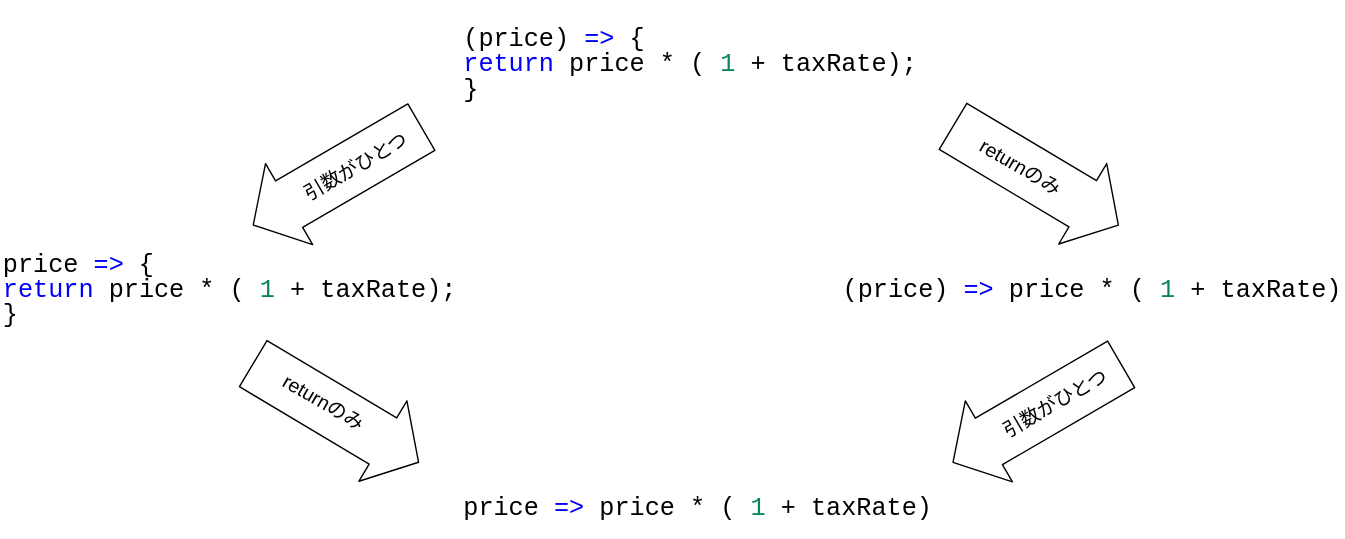
Before: docs/2-browser-apps/04-anonymous-function/arrow-function-abbreviation.drawio.svg, a diagram exported from draw.io (ut-code/utcode-learn). Source tidied: cells renumbered, new cells last; positions are measured from the earlier drawing's top-left corner, leaving out a move shared by most shapes.
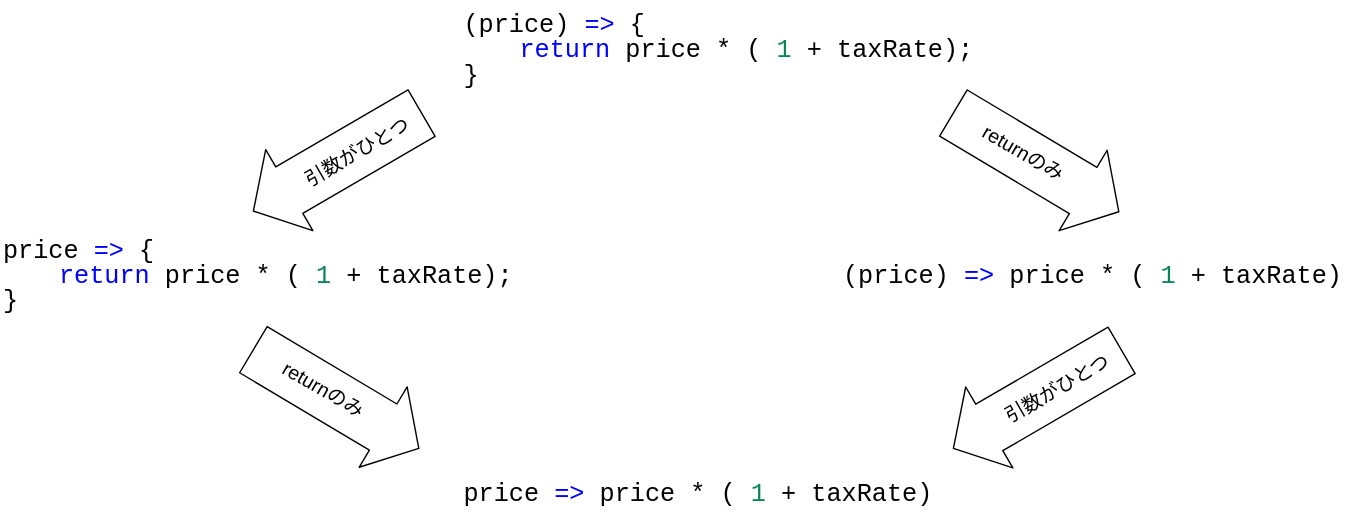
After the change.

The edit, as a diff of the source:
```diff
@@ -2,11 +2,11 @@
   <root>
     <mxCell id="0" />
     <mxCell id="1" parent="0" />
-    <mxCell id="2" value="&lt;div style=&quot;background-color: rgb(255, 255, 255); font-family: Menlo, Monaco, &amp;quot;Courier New&amp;quot;, monospace; line-height: 18px; font-size: 18px;&quot;&gt;&lt;div style=&quot;font-size: 18px;&quot;&gt;(price) &lt;span style=&quot;color: rgb(0, 0, 255); font-size: 18px;&quot;&gt;=&amp;gt;&lt;/span&gt; {&lt;/div&gt;&lt;div style=&quot;font-size: 18px;&quot;&gt;&lt;span style=&quot;color: rgb(0, 0, 255); font-size: 18px;&quot;&gt;&amp;nbsp; &amp;nbsp; return&lt;/span&gt; price * (&lt;span style=&quot;color: rgb(9, 134, 88); font-size: 18px;&quot;&gt;1&lt;/span&gt; + taxRate);&lt;/div&gt;&lt;div style=&quot;font-size: 18px;&quot;&gt;}&lt;/div&gt;&lt;/div&gt;" style="text;html=1;align=left;verticalAlign=middle;strokeColor=none;fillColor=none;fontSize=18;" parent="1" vertex="1">
-      <mxGeometry x="329" width="390" height="90" as="geometry" />
+    <mxCell id="2" value="&lt;div style=&quot;background-color: rgb(255, 255, 255); font-family: Menlo, Monaco, &amp;quot;Courier New&amp;quot;, monospace; line-height: 18px; font-size: 18px;&quot;&gt;&lt;div style=&quot;font-size: 18px;&quot;&gt;(price) &lt;span style=&quot;color: rgb(0, 0, 255); font-size: 18px;&quot;&gt;=&amp;gt;&lt;/span&gt; {&lt;/div&gt;&lt;/div&gt;&lt;blockquote style=&quot;margin: 0 0 0 40px; border: none; padding: 0px;&quot;&gt;&lt;div style=&quot;background-color: rgb(255, 255, 255); font-family: Menlo, Monaco, &amp;quot;Courier New&amp;quot;, monospace; line-height: 18px; font-size: 18px;&quot;&gt;&lt;div style=&quot;font-size: 18px;&quot;&gt;&lt;span style=&quot;color: rgb(0, 0, 255); font-size: 18px;&quot;&gt;return&lt;/span&gt; price * (&lt;span style=&quot;color: rgb(9, 134, 88); font-size: 18px;&quot;&gt;1&lt;/span&gt; + taxRate);&lt;/div&gt;&lt;/div&gt;&lt;/blockquote&gt;&lt;div style=&quot;background-color: rgb(255, 255, 255); font-family: Menlo, Monaco, &amp;quot;Courier New&amp;quot;, monospace; line-height: 18px; font-size: 18px;&quot;&gt;&lt;div style=&quot;font-size: 18px;&quot;&gt;}&lt;/div&gt;&lt;/div&gt;" style="text;html=1;align=left;verticalAlign=middle;strokeColor=none;fillColor=none;fontSize=18;" parent="1" vertex="1">
+      <mxGeometry x="329" y="10" width="380" height="70" as="geometry" />
     </mxCell>
-    <mxCell id="3" value="&lt;div style=&quot;background-color: rgb(255, 255, 255); font-family: Menlo, Monaco, &amp;quot;Courier New&amp;quot;, monospace; line-height: 18px; font-size: 18px;&quot;&gt;&lt;div style=&quot;font-size: 18px;&quot;&gt;price &lt;span style=&quot;color: rgb(0, 0, 255); font-size: 18px;&quot;&gt;=&amp;gt;&lt;/span&gt; {&lt;/div&gt;&lt;div style=&quot;font-size: 18px;&quot;&gt;&lt;span style=&quot;color: rgb(0, 0, 255); font-size: 18px;&quot;&gt;&amp;nbsp; &amp;nbsp; return&lt;/span&gt; price * (&lt;span style=&quot;color: rgb(9, 134, 88); font-size: 18px;&quot;&gt;1&lt;/span&gt; + taxRate);&lt;/div&gt;&lt;div style=&quot;font-size: 18px;&quot;&gt;}&lt;/div&gt;&lt;/div&gt;" style="text;html=1;align=left;verticalAlign=middle;strokeColor=none;fillColor=none;fontSize=18;" parent="1" vertex="1">
-      <mxGeometry y="160.5" width="390" height="90" as="geometry" />
+    <mxCell id="3" value="&lt;div style=&quot;background-color: rgb(255, 255, 255); font-family: Menlo, Monaco, &amp;quot;Courier New&amp;quot;, monospace; line-height: 18px; font-size: 18px;&quot;&gt;&lt;div style=&quot;font-size: 18px;&quot;&gt;price &lt;span style=&quot;color: rgb(0, 0, 255); font-size: 18px;&quot;&gt;=&amp;gt;&lt;/span&gt; {&lt;/div&gt;&lt;/div&gt;&lt;blockquote style=&quot;margin: 0 0 0 40px; border: none; padding: 0px;&quot;&gt;&lt;div style=&quot;background-color: rgb(255, 255, 255); font-family: Menlo, Monaco, &amp;quot;Courier New&amp;quot;, monospace; line-height: 18px; font-size: 18px;&quot;&gt;&lt;div style=&quot;font-size: 18px;&quot;&gt;&lt;span style=&quot;color: rgb(0, 0, 255); font-size: 18px;&quot;&gt;return&lt;/span&gt; price * (&lt;span style=&quot;color: rgb(9, 134, 88); font-size: 18px;&quot;&gt;1&lt;/span&gt; + taxRate);&lt;/div&gt;&lt;/div&gt;&lt;/blockquote&gt;&lt;div style=&quot;background-color: rgb(255, 255, 255); font-family: Menlo, Monaco, &amp;quot;Courier New&amp;quot;, monospace; line-height: 18px; font-size: 18px;&quot;&gt;&lt;div style=&quot;font-size: 18px;&quot;&gt;}&lt;/div&gt;&lt;/div&gt;" style="text;html=1;align=left;verticalAlign=middle;strokeColor=none;fillColor=none;fontSize=18;" parent="1" vertex="1">
+      <mxGeometry y="170.5" width="380" height="70" as="geometry" />
     </mxCell>
     <mxCell id="4" value="&lt;div style=&quot;background-color: rgb(255, 255, 255); font-family: Menlo, Monaco, &amp;quot;Courier New&amp;quot;, monospace; line-height: 18px; font-size: 18px;&quot;&gt;&lt;div style=&quot;line-height: 18px; font-size: 18px;&quot;&gt;(price) &lt;span style=&quot;color: rgb(0, 0, 255); font-size: 18px;&quot;&gt;=&amp;gt;&lt;/span&gt; price * (&lt;span style=&quot;color: rgb(9, 134, 88); font-size: 18px;&quot;&gt;1&lt;/span&gt; + taxRate)&lt;/div&gt;&lt;/div&gt;" style="text;html=1;align=left;verticalAlign=middle;strokeColor=none;fillColor=none;fontSize=18;" parent="1" vertex="1">
       <mxGeometry x="600" y="190.5" width="360" height="30" as="geometry" />
@@ -45,19 +45,14 @@
     <mxCell id="11" value="&lt;span style=&quot;font-size: 14px;&quot;&gt;returnのみ&lt;/span&gt;" style="edgeLabel;html=1;align=center;verticalAlign=middle;fontSize=18;rotation=30;" parent="1" vertex="1">
       <mxGeometry x="231" y="286" as="geometry" />
     </mxCell>
-    <mxCell id="12" style="shape=flexArrow;endArrow=classic;html=1;fontSize=18;endWidth=27.482993197278915;endSize=9.552;width=38.4;" parent="1" edge="1">
-      <mxGeometry relative="1" as="geometry">
-        <mxPoint x="680" y="89.5" as="sourcePoint" />
-        <mxPoint x="799" y="160.5" as="targetPoint" />
-      </mxGeometry>
-    </mxCell>
-    <mxCell id="13" value="&lt;span style=&quot;font-size: 14px;&quot;&gt;returnのみ&lt;/span&gt;" style="edgeLabel;html=1;align=center;verticalAlign=middle;fontSize=18;rotation=30;" parent="12" vertex="1">
-      <mxGeometry x="-0.18" y="3" relative="1" as="geometry">
-        <mxPoint x="-2" y="1" as="offset" />
-      </mxGeometry>
-    </mxCell>
-    <mxCell id="14" value="&lt;span style=&quot;font-size: 14px;&quot;&gt;returnのみ&lt;/span&gt;" style="edgeLabel;html=1;align=center;verticalAlign=middle;fontSize=18;rotation=30;" parent="1" vertex="1">
-      <mxGeometry x="729.2" y="118" as="geometry" />
-    </mxCell>
+    <mxCell id="15" style="shape=flexArrow;endArrow=classic;html=1;fontSize=18;endWidth=27.482993197278915;endSize=9.552;width=38.4;" parent="1" edge="1">
+      <mxGeometry relative="1" as="geometry">
+        <mxPoint x="680" y="90" as="sourcePoint" />
+        <mxPoint x="799" y="161" as="targetPoint" />
+      </mxGeometry>
+    </mxCell>
+    <mxCell id="16" value="&lt;span style=&quot;font-size: 14px;&quot;&gt;returnのみ&lt;/span&gt;" style="edgeLabel;html=1;align=center;verticalAlign=middle;fontSize=18;rotation=30;" parent="1" vertex="1">
+      <mxGeometry x="731" y="117" as="geometry" />
+    </mxCell>
   </root>
 </mxGraphModel>
```
